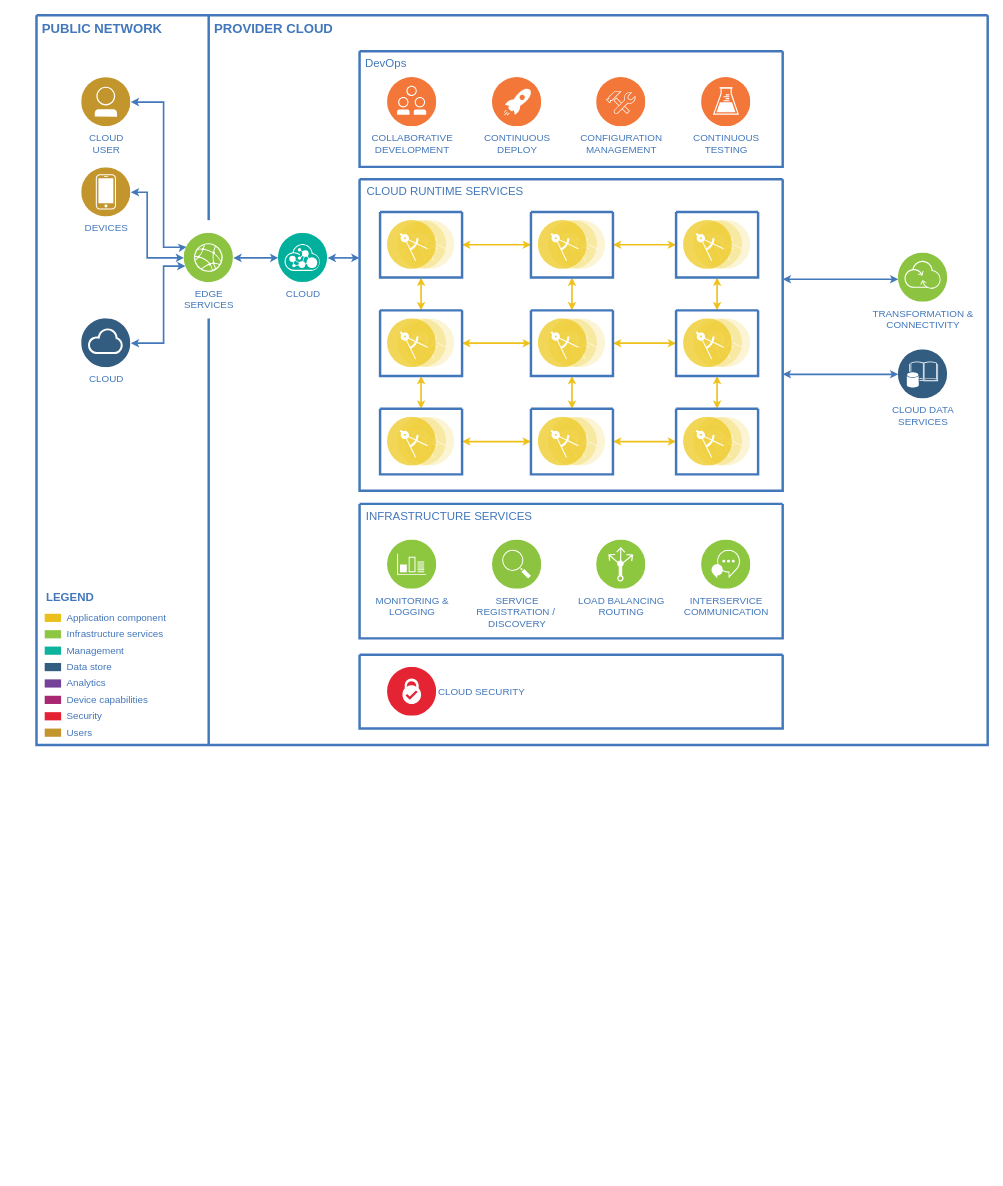
This is service.drawio from onlyonedaniel/wiki, a draw.io file, before an edit. Source tidied: cells renumbered, new cells numbered last; positions are measured from the earlier drawing's top-left corner, leaving out a move shared by most shapes. Both pictures are drawn from the tidied source at 82%, with x=0, y=0 at pixel (36, 15).
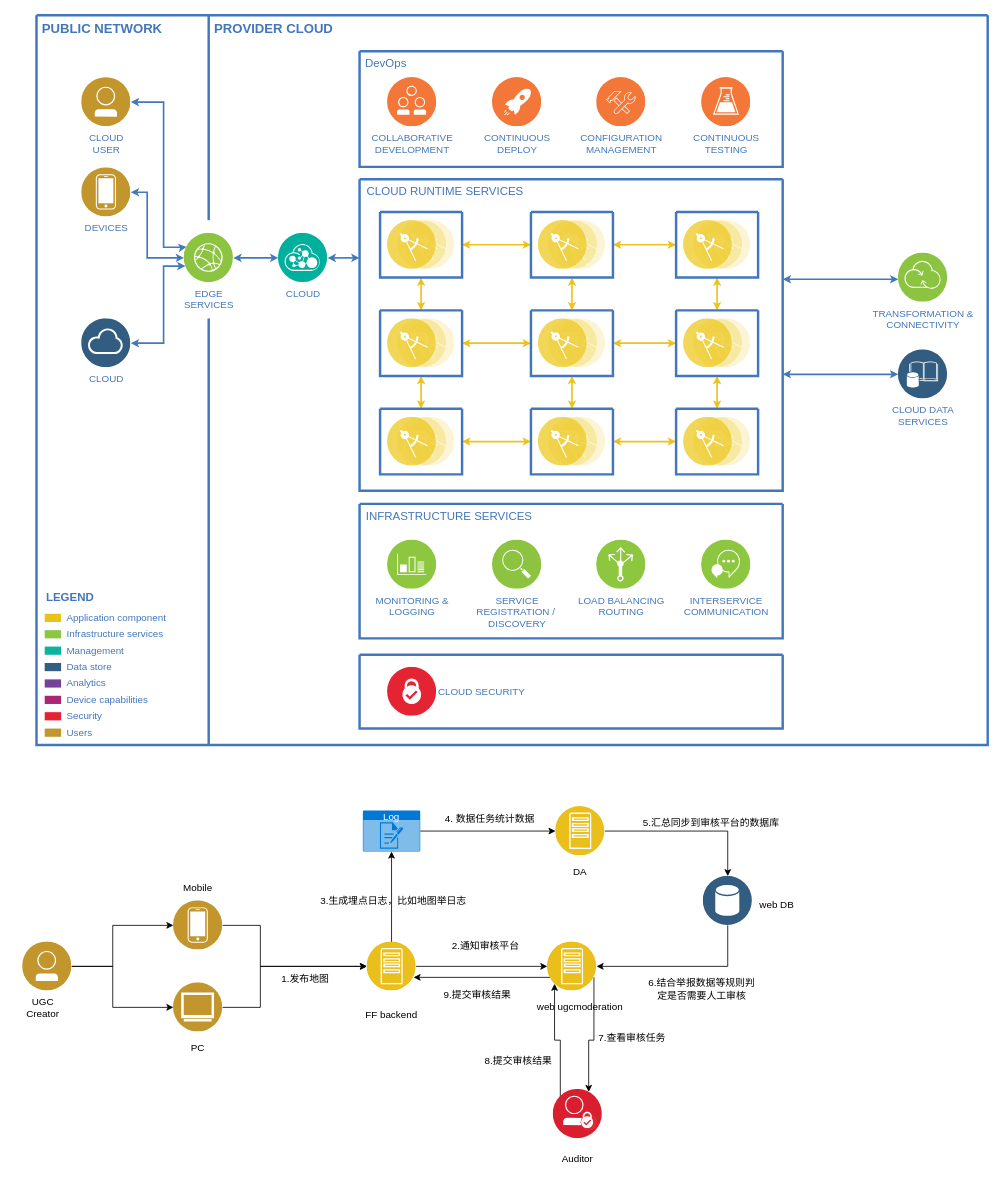
The same page after the edit.

Change to the diagram source:
```diff
@@
+    <mxCell id="76" style="edgeStyle=orthogonalEdgeStyle;rounded=0;jettySize=auto;html=1;" parent="1" edge="1" source="78" target="80">
+      <mxGeometry relative="1" as="geometry">
+        <Array as="points">
+          <mxPoint x="93" y="1160" />
+          <mxPoint x="93" y="1110" />
+        </Array>
+      </mxGeometry>
+    </mxCell>
+    <mxCell id="77" style="edgeStyle=orthogonalEdgeStyle;rounded=0;jettySize=auto;html=1;entryX=0;entryY=0.5;entryDx=0;entryDy=0;" parent="1" edge="1" source="78" target="82">
+      <mxGeometry relative="1" as="geometry">
+        <Array as="points">
+          <mxPoint x="93" y="1160" />
+          <mxPoint x="93" y="1210" />
+        </Array>
+      </mxGeometry>
+    </mxCell>
+    <mxCell id="78" style="image;perimeter=ellipsePerimeter;html=1;align=center;shadow=0;dashed=0;fontColor=#4277BB;labelBackgroundColor=default;fontSize=12;spacingTop=3;image=img/lib/ibm/users/user.svg;" parent="1" vertex="1">
+      <mxGeometry x="-17" y="1130" width="60" height="60" as="geometry" />
+    </mxCell>
+    <mxCell id="79" style="edgeStyle=orthogonalEdgeStyle;rounded=0;jettySize=auto;html=1;entryX=0;entryY=0.5;entryDx=0;entryDy=0;" parent="1" edge="1" source="80" target="84">
+      <mxGeometry relative="1" as="geometry">
+        <Array as="points">
+          <mxPoint x="273" y="1110" />
+          <mxPoint x="273" y="1160" />
+        </Array>
+      </mxGeometry>
+    </mxCell>
+    <mxCell id="80" style="image;perimeter=ellipsePerimeter;html=1;align=center;shadow=0;dashed=0;fontColor=#4277BB;labelBackgroundColor=default;fontSize=12;spacingTop=3;image=img/lib/ibm/users/device.svg;" parent="1" vertex="1">
+      <mxGeometry x="167" y="1080" width="60" height="60" as="geometry" />
+    </mxCell>
+    <mxCell id="81" style="edgeStyle=orthogonalEdgeStyle;rounded=0;jettySize=auto;html=1;" parent="1" edge="1" source="82" target="84">
+      <mxGeometry relative="1" as="geometry">
+        <Array as="points">
+          <mxPoint x="273" y="1210" />
+          <mxPoint x="273" y="1160" />
+        </Array>
+      </mxGeometry>
+    </mxCell>
+    <mxCell id="82" style="image;perimeter=ellipsePerimeter;html=1;align=center;shadow=0;dashed=0;fontColor=#4277BB;labelBackgroundColor=default;fontSize=12;spacingTop=3;image=img/lib/ibm/users/browser.svg;" parent="1" vertex="1">
+      <mxGeometry x="167" y="1180" width="60" height="60" as="geometry" />
+    </mxCell>
+    <mxCell id="83" style="edgeStyle=orthogonalEdgeStyle;rounded=0;jettySize=auto;html=1;entryX=0;entryY=0.5;entryDx=0;entryDy=0;" parent="1" edge="1" source="84" target="90">
+      <mxGeometry relative="1" as="geometry" />
+    </mxCell>
+    <mxCell id="84" style="image;perimeter=ellipsePerimeter;html=1;align=center;shadow=0;dashed=0;fontColor=#4277BB;labelBackgroundColor=default;fontSize=12;spacingTop=3;image=img/lib/ibm/applications/app_server.svg;" parent="1" vertex="1">
+      <mxGeometry x="403" y="1130" width="60" height="60" as="geometry" />
+    </mxCell>
+    <mxCell id="85" value="PC" style="text;html=1;whiteSpace=wrap;strokeColor=none;fillColor=none;align=center;verticalAlign=middle;rounded=0;" parent="1" vertex="1">
+      <mxGeometry x="167" y="1245" width="60" height="30" as="geometry" />
+    </mxCell>
+    <mxCell id="86" value="Mobile" style="text;html=1;whiteSpace=wrap;strokeColor=none;fillColor=none;align=center;verticalAlign=middle;rounded=0;" parent="1" vertex="1">
+      <mxGeometry x="167" y="1050" width="60" height="30" as="geometry" />
+    </mxCell>
+    <mxCell id="87" value="FF backend" style="text;html=1;whiteSpace=wrap;strokeColor=none;fillColor=none;align=center;verticalAlign=middle;rounded=0;" parent="1" vertex="1">
+      <mxGeometry x="393" y="1200" width="80" height="40" as="geometry" />
+    </mxCell>
+    <mxCell id="88" style="edgeStyle=orthogonalEdgeStyle;rounded=0;jettySize=auto;html=1;exitX=1;exitY=0.75;exitDx=0;exitDy=0;entryX=0.75;entryY=0;entryDx=0;entryDy=0;" parent="1" edge="1" source="90" target="104">
+      <mxGeometry relative="1" as="geometry" />
+    </mxCell>
+    <mxCell id="89" style="edgeStyle=orthogonalEdgeStyle;rounded=0;jettySize=auto;html=1;exitX=0;exitY=0.75;exitDx=0;exitDy=0;entryX=1;entryY=0.75;entryDx=0;entryDy=0;" parent="1" edge="1" source="90" target="84">
+      <mxGeometry relative="1" as="geometry" />
+    </mxCell>
+    <mxCell id="90" style="image;perimeter=ellipsePerimeter;html=1;align=center;shadow=0;dashed=0;fontColor=#4277BB;labelBackgroundColor=default;fontSize=12;spacingTop=3;image=img/lib/ibm/applications/app_server.svg;" parent="1" vertex="1">
+      <mxGeometry x="623" y="1130" width="60" height="60" as="geometry" />
+    </mxCell>
+    <mxCell id="91" value="web ugcmoderation" style="text;html=1;whiteSpace=wrap;strokeColor=none;fillColor=none;align=center;verticalAlign=middle;rounded=0;" parent="1" vertex="1">
+      <mxGeometry x="583" y="1195" width="160" height="30" as="geometry" />
+    </mxCell>
+    <mxCell id="92" value="2.通知审核平台" style="text;html=1;whiteSpace=wrap;strokeColor=none;fillColor=none;align=center;verticalAlign=middle;rounded=0;" parent="1" vertex="1">
+      <mxGeometry x="493" y="1120" width="110" height="30" as="geometry" />
+    </mxCell>
+    <mxCell id="93" style="edgeStyle=orthogonalEdgeStyle;rounded=0;jettySize=auto;html=1;entryX=1;entryY=0.5;entryDx=0;entryDy=0;" parent="1" edge="1" source="94" target="90">
+      <mxGeometry relative="1" as="geometry">
+        <Array as="points">
+          <mxPoint x="843" y="1160" />
+        </Array>
+      </mxGeometry>
+    </mxCell>
+    <mxCell id="94" style="image;perimeter=ellipsePerimeter;html=1;align=center;shadow=0;dashed=0;fontColor=#4277BB;labelBackgroundColor=default;fontSize=12;spacingTop=3;image=img/lib/ibm/data/data_services.svg;" parent="1" vertex="1">
+      <mxGeometry x="813" y="1050" width="60" height="60" as="geometry" />
+    </mxCell>
+    <mxCell id="95" value="1.发布地图" style="text;html=1;whiteSpace=wrap;strokeColor=none;fillColor=none;align=center;verticalAlign=middle;rounded=0;" parent="1" vertex="1">
+      <mxGeometry x="283" y="1160" width="90" height="30" as="geometry" />
+    </mxCell>
+    <mxCell id="96" style="edgeStyle=orthogonalEdgeStyle;rounded=0;jettySize=auto;html=1;entryX=0;entryY=0.5;entryDx=0;entryDy=0;" parent="1" edge="1" source="97" target="102">
+      <mxGeometry relative="1" as="geometry" />
+    </mxCell>
+    <mxCell id="97" value="Log" style="html=1;whiteSpace=wrap;strokeColor=none;fillColor=#0079D6;labelPosition=center;verticalLabelPosition=middle;verticalAlign=top;align=center;fontSize=12;outlineConnect=0;spacingTop=-6;fontColor=#FFFFFF;sketch=0;shape=mxgraph.sitemap.log;" parent="1" vertex="1">
+      <mxGeometry x="398" y="970" width="70" height="50" as="geometry" />
+    </mxCell>
+    <mxCell id="98" style="edgeStyle=orthogonalEdgeStyle;rounded=0;jettySize=auto;html=1;entryX=0.5;entryY=1;entryDx=0;entryDy=0;entryPerimeter=0;" parent="1" edge="1" source="84" target="97">
+      <mxGeometry relative="1" as="geometry" />
+    </mxCell>
+    <mxCell id="99" value="web DB" style="text;html=1;whiteSpace=wrap;strokeColor=none;fillColor=none;align=center;verticalAlign=middle;rounded=0;" parent="1" vertex="1">
+      <mxGeometry x="873" y="1070" width="60" height="30" as="geometry" />
+    </mxCell>
+    <mxCell id="100" value="3.生成埋点日志，比如地图举日志" style="text;html=1;whiteSpace=wrap;strokeColor=none;fillColor=none;align=center;verticalAlign=middle;rounded=0;" parent="1" vertex="1">
+      <mxGeometry x="338" y="1065" width="195" height="30" as="geometry" />
+    </mxCell>
+    <mxCell id="101" style="edgeStyle=orthogonalEdgeStyle;rounded=0;jettySize=auto;html=1;entryX=0.5;entryY=0;entryDx=0;entryDy=0;" parent="1" edge="1" source="102" target="94">
+      <mxGeometry relative="1" as="geometry" />
+    </mxCell>
+    <mxCell id="102" style="image;perimeter=ellipsePerimeter;html=1;align=center;shadow=0;dashed=0;fontColor=#4277BB;labelBackgroundColor=default;fontSize=12;spacingTop=3;image=img/lib/ibm/applications/app_server.svg;" parent="1" vertex="1">
+      <mxGeometry x="633" y="965" width="60" height="60" as="geometry" />
+    </mxCell>
+    <mxCell id="103" style="edgeStyle=orthogonalEdgeStyle;rounded=0;jettySize=auto;html=1;exitX=0;exitY=0;exitDx=0;exitDy=0;entryX=0;entryY=1;entryDx=0;entryDy=0;" parent="1" edge="1" source="104" target="90">
+      <mxGeometry relative="1" as="geometry" />
+    </mxCell>
+    <mxCell id="104" style="image;perimeter=ellipsePerimeter;html=1;align=center;shadow=0;dashed=0;fontColor=#4277BB;labelBackgroundColor=default;fontSize=12;spacingTop=3;image=img/lib/ibm/blockchain/membership.svg;" parent="1" vertex="1">
+      <mxGeometry x="630" y="1310" width="60" height="60" as="geometry" />
+    </mxCell>
+    <mxCell id="105" value="Auditor" style="text;html=1;whiteSpace=wrap;strokeColor=none;fillColor=none;align=center;verticalAlign=middle;rounded=0;" parent="1" vertex="1">
+      <mxGeometry x="630" y="1380" width="60" height="30" as="geometry" />
+    </mxCell>
+    <mxCell id="106" value="7.查看审核任务" style="text;html=1;whiteSpace=wrap;strokeColor=none;fillColor=none;align=center;verticalAlign=middle;rounded=0;" parent="1" vertex="1">
+      <mxGeometry x="680" y="1225" width="93" height="45" as="geometry" />
+    </mxCell>
+    <mxCell id="107" value="UGC Creator" style="text;html=1;whiteSpace=wrap;strokeColor=none;fillColor=none;align=center;verticalAlign=middle;rounded=0;" parent="1" vertex="1">
+      <mxGeometry x="-27" y="1195" width="70" height="30" as="geometry" />
+    </mxCell>
+    <mxCell id="108" value="DA" style="text;html=1;whiteSpace=wrap;strokeColor=none;fillColor=none;align=center;verticalAlign=middle;rounded=0;" parent="1" vertex="1">
+      <mxGeometry x="633" y="1030" width="60" height="30" as="geometry" />
+    </mxCell>
+    <mxCell id="109" value="4. 数据任务统计数据" style="text;html=1;whiteSpace=wrap;strokeColor=none;fillColor=none;align=center;verticalAlign=middle;rounded=0;" parent="1" vertex="1">
+      <mxGeometry x="483" y="970" width="140" height="20" as="geometry" />
+    </mxCell>
+    <mxCell id="110" value="5.汇总同步到审核平台的数据库" style="text;html=1;whiteSpace=wrap;strokeColor=none;fillColor=none;align=center;verticalAlign=middle;rounded=0;" parent="1" vertex="1">
+      <mxGeometry x="733" y="960" width="180" height="50" as="geometry" />
+    </mxCell>
+    <mxCell id="111" value="8.提交审核结果" style="text;html=1;whiteSpace=wrap;strokeColor=none;fillColor=none;align=center;verticalAlign=middle;rounded=0;" parent="1" vertex="1">
+      <mxGeometry x="543" y="1260" width="90" height="30" as="geometry" />
+    </mxCell>
+    <mxCell id="112" value="9.提交审核结果" style="text;html=1;whiteSpace=wrap;strokeColor=none;fillColor=none;align=center;verticalAlign=middle;rounded=0;" parent="1" vertex="1">
+      <mxGeometry x="493" y="1180" width="90" height="30" as="geometry" />
+    </mxCell>
+    <mxCell id="113" value="6.结合举报数据等规则判定是否需要人工审核" style="text;html=1;whiteSpace=wrap;strokeColor=none;fillColor=none;align=center;verticalAlign=middle;rounded=0;" parent="1" vertex="1">
+      <mxGeometry x="740" y="1165" width="143" height="45" as="geometry" />
+    </mxCell>
```
